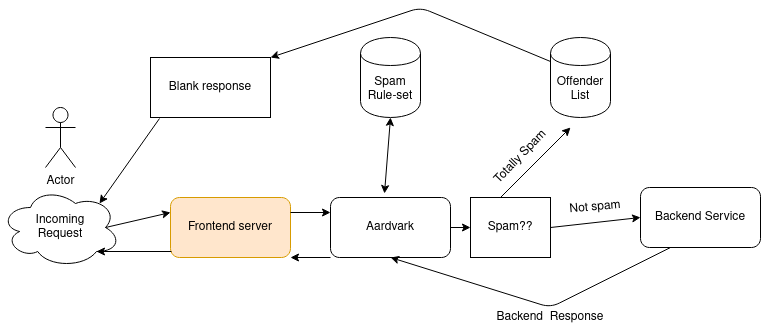
Before: aardvark.png, a diagram exported from draw.io (apache/infrastructure-aardvark-proxy). Source tidied: cells renumbered, new cells last; positions are measured from the earlier drawing's top-left corner, leaving out a move shared by most shapes.
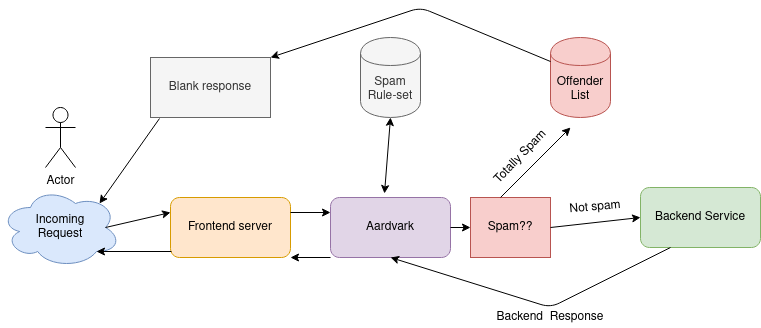
After the change.

Change to the diagram source:
```diff
@@ -2,7 +2,7 @@
   <root>
     <mxCell id="0" />
     <mxCell id="1" parent="0" />
-    <mxCell id="2" value="&lt;div&gt;Incoming&lt;/div&gt;&lt;div&gt;Request&lt;/div&gt;" style="ellipse;shape=cloud;whiteSpace=wrap;html=1;" parent="1" vertex="1">
+    <mxCell id="2" value="&lt;div&gt;Incoming&lt;/div&gt;&lt;div&gt;Request&lt;/div&gt;" style="ellipse;shape=cloud;whiteSpace=wrap;html=1;fillColor=#dae8fc;strokeColor=#6c8ebf;" parent="1" vertex="1">
       <mxGeometry y="180" width="120" height="80" as="geometry" />
     </mxCell>
     <mxCell id="3" style="edgeStyle=orthogonalEdgeStyle;rounded=0;jettySize=auto;html=1;exitX=0.75;exitY=0.1;exitDx=0;exitDy=0;exitPerimeter=0;" parent="1" edge="1" source="4">
@@ -16,13 +16,13 @@
     <mxCell id="5" value="Frontend server" style="rounded=1;whiteSpace=wrap;html=1;fillColor=#ffe6cc;strokeColor=#d79b00;" parent="1" vertex="1">
       <mxGeometry x="170" y="190" width="120" height="60" as="geometry" />
     </mxCell>
-    <mxCell id="6" value="&lt;div&gt;Aardvark&lt;/div&gt;" style="rounded=1;whiteSpace=wrap;html=1;" parent="1" vertex="1">
+    <mxCell id="6" value="&lt;div&gt;Aardvark&lt;/div&gt;" style="rounded=1;whiteSpace=wrap;html=1;fillColor=#e1d5e7;strokeColor=#9673a6;" parent="1" vertex="1">
       <mxGeometry x="330" y="190" width="120" height="60" as="geometry" />
     </mxCell>
-    <mxCell id="7" value="Backend Service" style="rounded=1;whiteSpace=wrap;html=1;" parent="1" vertex="1">
+    <mxCell id="7" value="Backend Service" style="rounded=1;whiteSpace=wrap;html=1;fillColor=#d5e8d4;strokeColor=#82b366;" parent="1" vertex="1">
       <mxGeometry x="640" y="180" width="120" height="60" as="geometry" />
     </mxCell>
-    <mxCell id="8" value="Spam Rule-set" style="shape=cylinder;whiteSpace=wrap;html=1;boundedLbl=1;backgroundOutline=1;" parent="1" vertex="1">
+    <mxCell id="8" value="Spam Rule-set" style="shape=cylinder;whiteSpace=wrap;html=1;boundedLbl=1;backgroundOutline=1;fillColor=#f5f5f5;strokeColor=#666666;fontColor=#333333;" parent="1" vertex="1">
       <mxGeometry x="360" y="30" width="60" height="80" as="geometry" />
     </mxCell>
     <mxCell id="9" style="endArrow=classic;html=1;exitX=0.875;exitY=0.5;exitDx=0;exitDy=0;exitPerimeter=0;entryX=0;entryY=0.25;entryDx=0;entryDy=0;" parent="1" edge="1" source="2" target="5">
@@ -34,7 +34,7 @@
     <mxCell id="11" style="endArrow=classic;startArrow=classic;html=1;entryX=0.45;entryY=-0.067;entryDx=0;entryDy=0;entryPerimeter=0;exitX=0.5;exitY=1;exitDx=0;exitDy=0;" parent="1" edge="1" source="8" target="6">
       <mxGeometry relative="1" as="geometry" />
     </mxCell>
-    <mxCell id="12" value="Spam??" style="rounded=0;whiteSpace=wrap;html=1;" parent="1" vertex="1">
+    <mxCell id="12" value="Spam??" style="rounded=0;whiteSpace=wrap;html=1;fillColor=#f8cecc;strokeColor=#b85450;" parent="1" vertex="1">
       <mxGeometry x="470" y="190" width="80" height="60" as="geometry" />
     </mxCell>
     <mxCell id="13" value="Not spam" style="text;html=1;strokeColor=none;fillColor=none;align=center;verticalAlign=middle;whiteSpace=wrap;rounded=0;rotation=-5;" parent="1" vertex="1">
@@ -62,10 +62,10 @@
     <mxCell id="18" style="endArrow=classic;html=1;exitX=1;exitY=0.5;exitDx=0;exitDy=0;entryX=0;entryY=0.5;entryDx=0;entryDy=0;" parent="1" edge="1" source="6" target="12">
       <mxGeometry relative="1" as="geometry" />
     </mxCell>
-    <mxCell id="19" value="&lt;div&gt;Offender&lt;/div&gt;&lt;div&gt;List&lt;br&gt;&lt;/div&gt;" style="shape=cylinder;whiteSpace=wrap;html=1;boundedLbl=1;backgroundOutline=1;" parent="1" vertex="1">
+    <mxCell id="19" value="&lt;div&gt;Offender&lt;/div&gt;&lt;div&gt;List&lt;br&gt;&lt;/div&gt;" style="shape=cylinder;whiteSpace=wrap;html=1;boundedLbl=1;backgroundOutline=1;fillColor=#f8cecc;strokeColor=#b85450;" parent="1" vertex="1">
       <mxGeometry x="550" y="30" width="60" height="80" as="geometry" />
     </mxCell>
-    <mxCell id="20" value="Blank response" style="rounded=0;whiteSpace=wrap;html=1;" parent="1" vertex="1">
+    <mxCell id="20" value="Blank response" style="rounded=0;whiteSpace=wrap;html=1;fillColor=#f5f5f5;strokeColor=#666666;fontColor=#333333;" parent="1" vertex="1">
       <mxGeometry x="150" y="50" width="120" height="60" as="geometry" />
     </mxCell>
     <mxCell id="21" style="endArrow=classic;html=1;exitX=0;exitY=0.3;exitDx=0;exitDy=0;entryX=1;entryY=0;entryDx=0;entryDy=0;" parent="1" edge="1" source="19" target="20">
```
